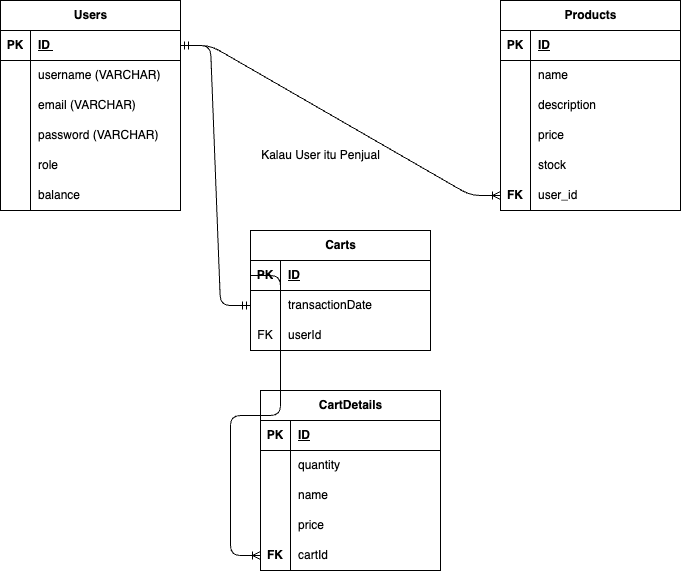
FredlyMarvander/Elektonikku keeps this draw.io diagram as schema.drawio.png. Above is the earlier version. Source tidied: cells renumbered, new cells last; positions are measured from the earlier drawing's top-left corner, leaving out a move shared by most shapes.
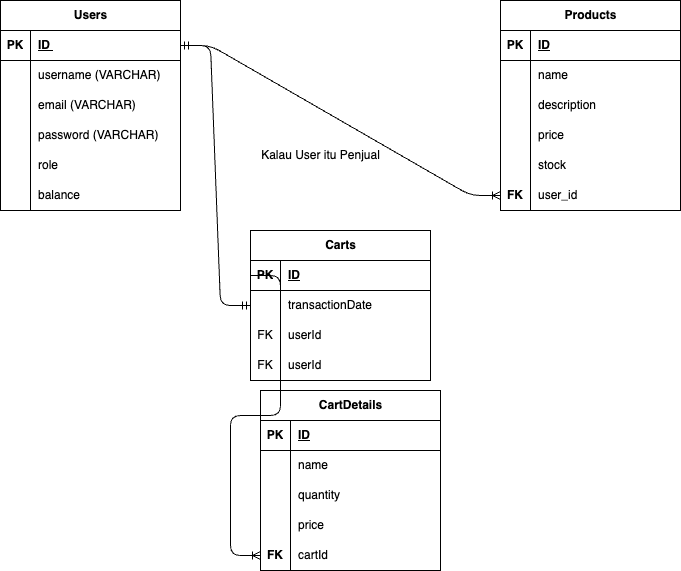
Above is the later version.

Diff of the diagram source:
```diff
@@ -117,7 +117,7 @@
       <mxGeometry x="30" width="150" height="30" as="geometry" />
     </mxCell>
     <mxCell id="40" value="Carts" style="shape=table;startSize=30;rowLines=0;fontStyle=1;align=center;html=1;" parent="1" vertex="1">
-      <mxGeometry x="250" y="230" width="180" height="120" as="geometry" />
+      <mxGeometry x="250" y="230" width="180" height="150" as="geometry" />
     </mxCell>
     <mxCell id="41" style="shape=tableRow;horizontal=0;startSize=0;swimlaneHead=0;swimlaneBody=0;fillColor=none;points=[[0,0.5],[1,0.5]];portConstraint=eastwest;top=0;left=0;right=0;bottom=1;" parent="40" vertex="1">
       <mxGeometry y="30" width="180" height="30" as="geometry" />
@@ -146,6 +146,15 @@
     <mxCell id="49" value="userId" style="shape=partialRectangle;fillColor=none;top=0;left=0;bottom=0;right=0;align=left;spacingLeft=6;overflow=hidden;whiteSpace=wrap;html=1;" parent="47" vertex="1">
       <mxGeometry x="30" width="150" height="30" as="geometry" />
     </mxCell>
+    <mxCell id="70" style="shape=tableRow;horizontal=0;startSize=0;swimlaneHead=0;swimlaneBody=0;fillColor=none;top=0;left=0;right=0;bottom=0;" parent="40" vertex="1">
+      <mxGeometry y="120" width="180" height="30" as="geometry" />
+    </mxCell>
+    <mxCell id="71" value="FK" style="shape=partialRectangle;fillColor=none;top=0;left=0;bottom=0;right=0;overflow=hidden;whiteSpace=wrap;html=1;" parent="70" vertex="1">
+      <mxGeometry width="30" height="30" as="geometry" />
+    </mxCell>
+    <mxCell id="72" value="userId" style="shape=partialRectangle;fillColor=none;top=0;left=0;bottom=0;right=0;align=left;spacingLeft=6;overflow=hidden;whiteSpace=wrap;html=1;" parent="70" vertex="1">
+      <mxGeometry x="30" width="150" height="30" as="geometry" />
+    </mxCell>
     <mxCell id="50" value="CartDetails" style="shape=table;startSize=30;rowLines=0;fontStyle=1;align=center;html=1;" parent="1" vertex="1">
       <mxGeometry x="260" y="390" width="180" height="180" as="geometry" />
     </mxCell>
@@ -164,7 +173,7 @@
     <mxCell id="55" style="shape=partialRectangle;fillColor=none;top=0;left=0;bottom=0;right=0;overflow=hidden;whiteSpace=wrap;html=1;" parent="54" vertex="1">
       <mxGeometry width="30" height="30" as="geometry" />
     </mxCell>
-    <mxCell id="56" value="quantity" style="shape=partialRectangle;fillColor=none;top=0;left=0;bottom=0;right=0;align=left;spacingLeft=6;overflow=hidden;whiteSpace=wrap;html=1;" parent="54" vertex="1">
+    <mxCell id="56" value="name" style="shape=partialRectangle;fillColor=none;top=0;left=0;bottom=0;right=0;align=left;spacingLeft=6;overflow=hidden;whiteSpace=wrap;html=1;" parent="54" vertex="1">
       <mxGeometry x="30" width="150" height="30" as="geometry" />
     </mxCell>
     <mxCell id="57" style="shape=tableRow;horizontal=0;startSize=0;swimlaneHead=0;swimlaneBody=0;fillColor=none;top=0;left=0;right=0;bottom=0;" parent="50" vertex="1">
@@ -173,7 +182,7 @@
     <mxCell id="58" style="shape=partialRectangle;fillColor=none;top=0;left=0;bottom=0;right=0;overflow=hidden;whiteSpace=wrap;html=1;" parent="57" vertex="1">
       <mxGeometry width="30" height="30" as="geometry" />
     </mxCell>
-    <mxCell id="59" value="name" style="shape=partialRectangle;fillColor=none;top=0;left=0;bottom=0;right=0;align=left;spacingLeft=6;overflow=hidden;whiteSpace=wrap;html=1;" parent="57" vertex="1">
+    <mxCell id="59" value="quantity" style="shape=partialRectangle;fillColor=none;top=0;left=0;bottom=0;right=0;align=left;spacingLeft=6;overflow=hidden;whiteSpace=wrap;html=1;" parent="57" vertex="1">
       <mxGeometry x="30" width="150" height="30" as="geometry" />
     </mxCell>
     <mxCell id="60" style="shape=tableRow;horizontal=0;startSize=0;swimlaneHead=0;swimlaneBody=0;fillColor=none;top=0;left=0;right=0;bottom=0;" parent="50" vertex="1">
```
